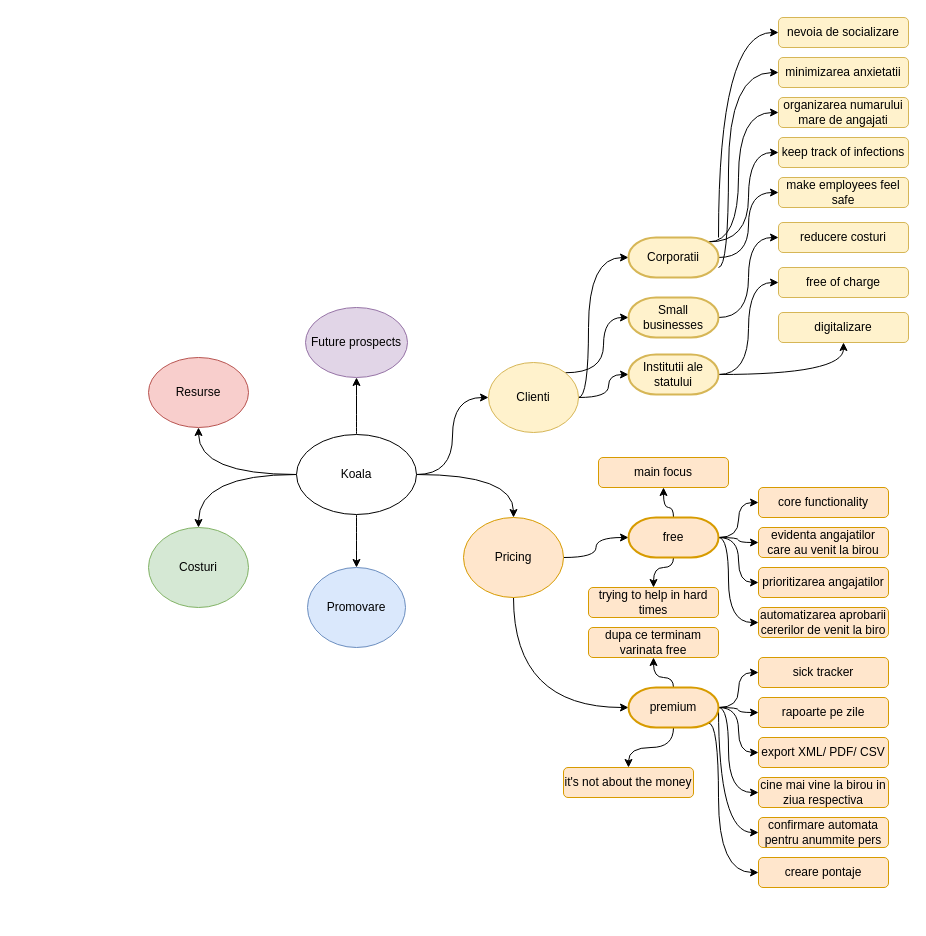
The draw.io diagram Koala mind map.drawio in dariusmunteanu/Diagrams, before the edit. Source tidied: cells renumbered, new cells numbered last; positions are measured from the earlier drawing's top-left corner, leaving out a move shared by most shapes. Both pictures are drawn from the tidied source at 100%, with x=0, y=0 at pixel (148, 17).
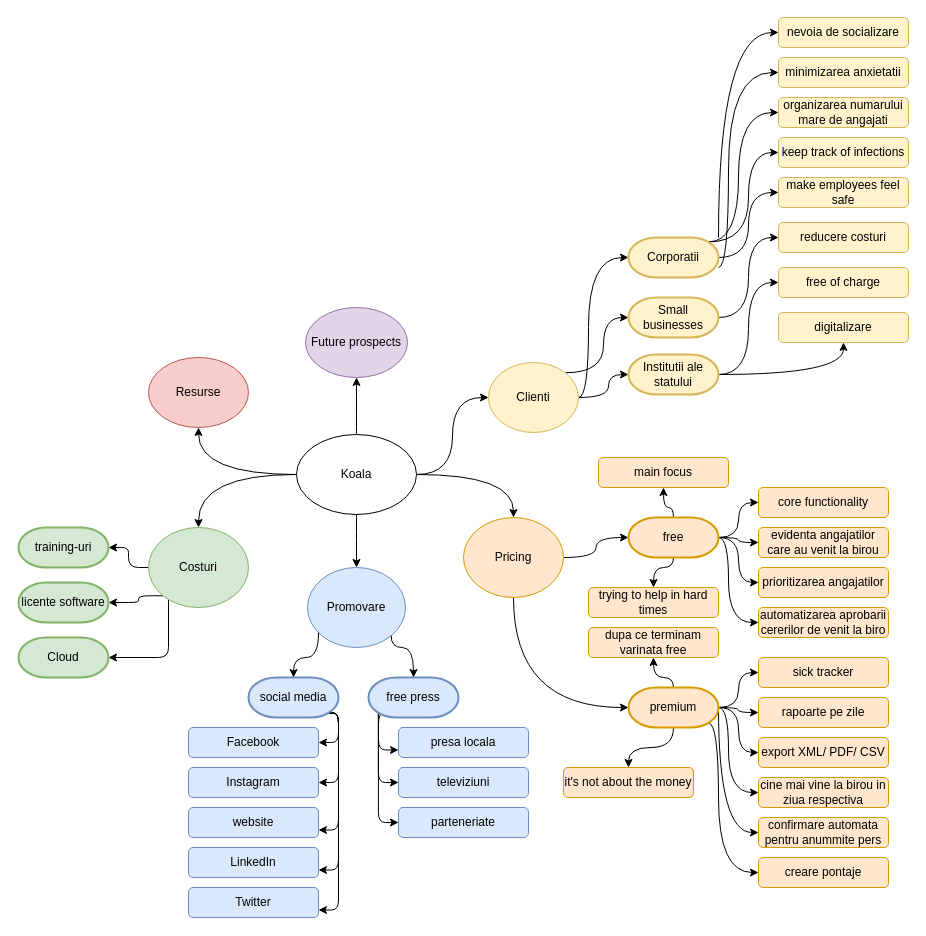
After the change.

The change refers to these unchanged cells:
```xml
<mxCell id="16" value="Promovare" style="ellipse;whiteSpace=wrap;html=1;fillColor=#dae8fc;strokeColor=#6c8ebf;" parent="1" vertex="1">
  <mxGeometry x="159" y="550" width="98" height="80" as="geometry" />
</mxCell>
<mxCell id="17" value="Costuri" style="ellipse;whiteSpace=wrap;html=1;fillColor=#d5e8d4;strokeColor=#82b366;" parent="1" vertex="1">
  <mxGeometry y="510" width="100" height="80" as="geometry" />
</mxCell>
```

Diff of the diagram source:
```diff
@@
+    <mxCell id="69" style="edgeStyle=orthogonalEdgeStyle;rounded=1;jettySize=auto;html=1;exitX=0;exitY=0.5;exitDx=0;exitDy=0;" parent="1" edge="1" source="17" target="93">
+      <mxGeometry relative="1" as="geometry" />
+    </mxCell>
+    <mxCell id="70" style="edgeStyle=orthogonalEdgeStyle;rounded=1;jettySize=auto;html=1;exitX=0;exitY=1;exitDx=0;exitDy=0;strokeColor=none;" parent="1" edge="1" source="17" target="94">
+      <mxGeometry relative="1" as="geometry" />
+    </mxCell>
+    <mxCell id="71" style="edgeStyle=orthogonalEdgeStyle;rounded=1;jettySize=auto;html=1;exitX=0;exitY=1;exitDx=0;exitDy=0;" parent="1" edge="1" source="17" target="94">
+      <mxGeometry relative="1" as="geometry">
+        <Array as="points">
+          <mxPoint x="-10" y="578" />
+          <mxPoint x="-10" y="585" />
+        </Array>
+      </mxGeometry>
+    </mxCell>
+    <mxCell id="72" style="edgeStyle=orthogonalEdgeStyle;rounded=1;jettySize=auto;html=1;entryX=1;entryY=0.5;entryDx=0;entryDy=0;entryPerimeter=0;" parent="1" edge="1" source="17" target="95">
+      <mxGeometry relative="1" as="geometry">
+        <Array as="points">
+          <mxPoint x="20" y="640" />
+        </Array>
+      </mxGeometry>
+    </mxCell>
@@
+    <mxCell id="73" style="edgeStyle=orthogonalEdgeStyle;rounded=1;jettySize=auto;html=1;entryX=0;entryY=0.75;entryDx=0;entryDy=0;" parent="1" edge="1" target="85">
+      <mxGeometry relative="1" as="geometry">
+        <mxPoint x="240" y="696" as="sourcePoint" />
+        <Array as="points">
+          <mxPoint x="230" y="696" />
+          <mxPoint x="230" y="733" />
+        </Array>
+      </mxGeometry>
+    </mxCell>
+    <mxCell id="74" style="edgeStyle=orthogonalEdgeStyle;rounded=1;jettySize=auto;html=1;exitX=0.11;exitY=0.89;exitDx=0;exitDy=0;exitPerimeter=0;entryX=0;entryY=0.5;entryDx=0;entryDy=0;" parent="1" edge="1" source="76" target="86">
+      <mxGeometry relative="1" as="geometry" />
+    </mxCell>
+    <mxCell id="75" style="edgeStyle=orthogonalEdgeStyle;rounded=1;jettySize=auto;html=1;exitX=0.11;exitY=0.89;exitDx=0;exitDy=0;exitPerimeter=0;" parent="1" edge="1" source="76">
+      <mxGeometry relative="1" as="geometry">
+        <mxPoint x="250" y="805" as="targetPoint" />
+        <Array as="points">
+          <mxPoint x="230" y="805" />
+          <mxPoint x="250" y="805" />
+        </Array>
+      </mxGeometry>
+    </mxCell>
+    <mxCell id="76" value="free press" style="strokeWidth=2;html=1;shape=mxgraph.flowchart.terminator;whiteSpace=wrap;fillColor=#dae8fc;strokeColor=#6c8ebf;" parent="1" vertex="1">
+      <mxGeometry x="220" y="660" width="90" height="40" as="geometry" />
+    </mxCell>
+    <mxCell id="77" style="edgeStyle=orthogonalEdgeStyle;rounded=1;jettySize=auto;html=1;exitX=0.89;exitY=0.89;exitDx=0;exitDy=0;exitPerimeter=0;entryX=1;entryY=0.5;entryDx=0;entryDy=0;" parent="1" edge="1" source="82" target="87">
+      <mxGeometry relative="1" as="geometry">
+        <Array as="points">
+          <mxPoint x="190" y="696" />
+          <mxPoint x="190" y="725" />
+        </Array>
+      </mxGeometry>
+    </mxCell>
+    <mxCell id="78" style="edgeStyle=orthogonalEdgeStyle;rounded=1;jettySize=auto;html=1;exitX=0.89;exitY=0.89;exitDx=0;exitDy=0;exitPerimeter=0;entryX=1;entryY=0.5;entryDx=0;entryDy=0;" parent="1" edge="1" source="82" target="88">
+      <mxGeometry relative="1" as="geometry">
+        <Array as="points">
+          <mxPoint x="190" y="696" />
+          <mxPoint x="190" y="765" />
+        </Array>
+      </mxGeometry>
+    </mxCell>
+    <mxCell id="79" style="edgeStyle=orthogonalEdgeStyle;rounded=1;jettySize=auto;html=1;exitX=0.89;exitY=0.89;exitDx=0;exitDy=0;exitPerimeter=0;entryX=1;entryY=0.75;entryDx=0;entryDy=0;" parent="1" edge="1" source="82" target="89">
+      <mxGeometry relative="1" as="geometry">
+        <Array as="points">
+          <mxPoint x="190" y="696" />
+          <mxPoint x="190" y="813" />
+        </Array>
+      </mxGeometry>
+    </mxCell>
+    <mxCell id="80" style="edgeStyle=orthogonalEdgeStyle;rounded=1;jettySize=auto;html=1;exitX=0.89;exitY=0.89;exitDx=0;exitDy=0;exitPerimeter=0;entryX=1;entryY=0.75;entryDx=0;entryDy=0;" parent="1" edge="1" source="82" target="90">
+      <mxGeometry relative="1" as="geometry">
+        <Array as="points">
+          <mxPoint x="190" y="696" />
+          <mxPoint x="190" y="853" />
+        </Array>
+      </mxGeometry>
+    </mxCell>
+    <mxCell id="81" style="edgeStyle=orthogonalEdgeStyle;rounded=1;jettySize=auto;html=1;exitX=0.89;exitY=0.89;exitDx=0;exitDy=0;exitPerimeter=0;entryX=1;entryY=0.75;entryDx=0;entryDy=0;" parent="1" edge="1" source="82" target="91">
+      <mxGeometry relative="1" as="geometry">
+        <Array as="points">
+          <mxPoint x="190" y="696" />
+          <mxPoint x="190" y="893" />
+        </Array>
+      </mxGeometry>
+    </mxCell>
+    <mxCell id="82" value="social media" style="strokeWidth=2;html=1;shape=mxgraph.flowchart.terminator;whiteSpace=wrap;fillColor=#dae8fc;strokeColor=#6c8ebf;" parent="1" vertex="1">
+      <mxGeometry x="100" y="660" width="90" height="40" as="geometry" />
+    </mxCell>
+    <mxCell id="83" style="edgeStyle=orthogonalEdgeStyle;curved=1;jettySize=auto;html=1;entryX=0.5;entryY=0;entryDx=0;entryDy=0;entryPerimeter=0;" parent="1" edge="1" source="16" target="82">
+      <mxGeometry relative="1" as="geometry">
+        <Array as="points">
+          <mxPoint x="170" y="640" />
+          <mxPoint x="145" y="640" />
+        </Array>
+      </mxGeometry>
+    </mxCell>
+    <mxCell id="84" style="edgeStyle=orthogonalEdgeStyle;curved=1;jettySize=auto;html=1;entryX=0.5;entryY=0;entryDx=0;entryDy=0;entryPerimeter=0;exitX=1;exitY=1;exitDx=0;exitDy=0;" parent="1" edge="1" source="16" target="76">
+      <mxGeometry relative="1" as="geometry">
+        <Array as="points">
+          <mxPoint x="243" y="630" />
+          <mxPoint x="265" y="630" />
+        </Array>
+      </mxGeometry>
+    </mxCell>
+    <mxCell id="85" value="presa locala" style="rounded=1;whiteSpace=wrap;html=1;fillColor=#dae8fc;strokeColor=#6c8ebf;" parent="1" vertex="1">
+      <mxGeometry x="250" y="710" width="130" height="30" as="geometry" />
+    </mxCell>
+    <mxCell id="86" value="televiziuni" style="rounded=1;whiteSpace=wrap;html=1;fillColor=#dae8fc;strokeColor=#6c8ebf;" parent="1" vertex="1">
+      <mxGeometry x="250" y="750" width="130" height="30" as="geometry" />
+    </mxCell>
+    <mxCell id="87" value="Facebook" style="rounded=1;whiteSpace=wrap;html=1;fillColor=#dae8fc;strokeColor=#6c8ebf;" parent="1" vertex="1">
+      <mxGeometry x="40" y="710" width="130" height="30" as="geometry" />
+    </mxCell>
+    <mxCell id="88" value="Instagram" style="rounded=1;whiteSpace=wrap;html=1;fillColor=#dae8fc;strokeColor=#6c8ebf;" parent="1" vertex="1">
+      <mxGeometry x="40" y="750" width="130" height="30" as="geometry" />
+    </mxCell>
+    <mxCell id="89" value="website" style="rounded=1;whiteSpace=wrap;html=1;fillColor=#dae8fc;strokeColor=#6c8ebf;" parent="1" vertex="1">
+      <mxGeometry x="40" y="790" width="130" height="30" as="geometry" />
+    </mxCell>
+    <mxCell id="90" value="LinkedIn" style="rounded=1;whiteSpace=wrap;html=1;fillColor=#dae8fc;strokeColor=#6c8ebf;" parent="1" vertex="1">
+      <mxGeometry x="40" y="830" width="130" height="30" as="geometry" />
+    </mxCell>
+    <mxCell id="91" value="Twitter" style="rounded=1;whiteSpace=wrap;html=1;fillColor=#dae8fc;strokeColor=#6c8ebf;" parent="1" vertex="1">
+      <mxGeometry x="40" y="870" width="130" height="30" as="geometry" />
+    </mxCell>
+    <mxCell id="92" value="parteneriate" style="rounded=1;whiteSpace=wrap;html=1;fillColor=#dae8fc;strokeColor=#6c8ebf;" parent="1" vertex="1">
+      <mxGeometry x="250" y="790" width="130" height="30" as="geometry" />
+    </mxCell>
+    <mxCell id="93" value="training-uri" style="strokeWidth=2;html=1;shape=mxgraph.flowchart.terminator;whiteSpace=wrap;fillColor=#d5e8d4;strokeColor=#82b366;" parent="1" vertex="1">
+      <mxGeometry x="-130" y="510" width="90" height="40" as="geometry" />
+    </mxCell>
+    <mxCell id="94" value="licente software" style="strokeWidth=2;html=1;shape=mxgraph.flowchart.terminator;whiteSpace=wrap;fillColor=#d5e8d4;strokeColor=#82b366;" parent="1" vertex="1">
+      <mxGeometry x="-130" y="565" width="90" height="40" as="geometry" />
+    </mxCell>
+    <mxCell id="95" value="Cloud" style="strokeWidth=2;html=1;shape=mxgraph.flowchart.terminator;whiteSpace=wrap;fillColor=#d5e8d4;strokeColor=#82b366;" parent="1" vertex="1">
+      <mxGeometry x="-130" y="620" width="90" height="40" as="geometry" />
+    </mxCell>
```
